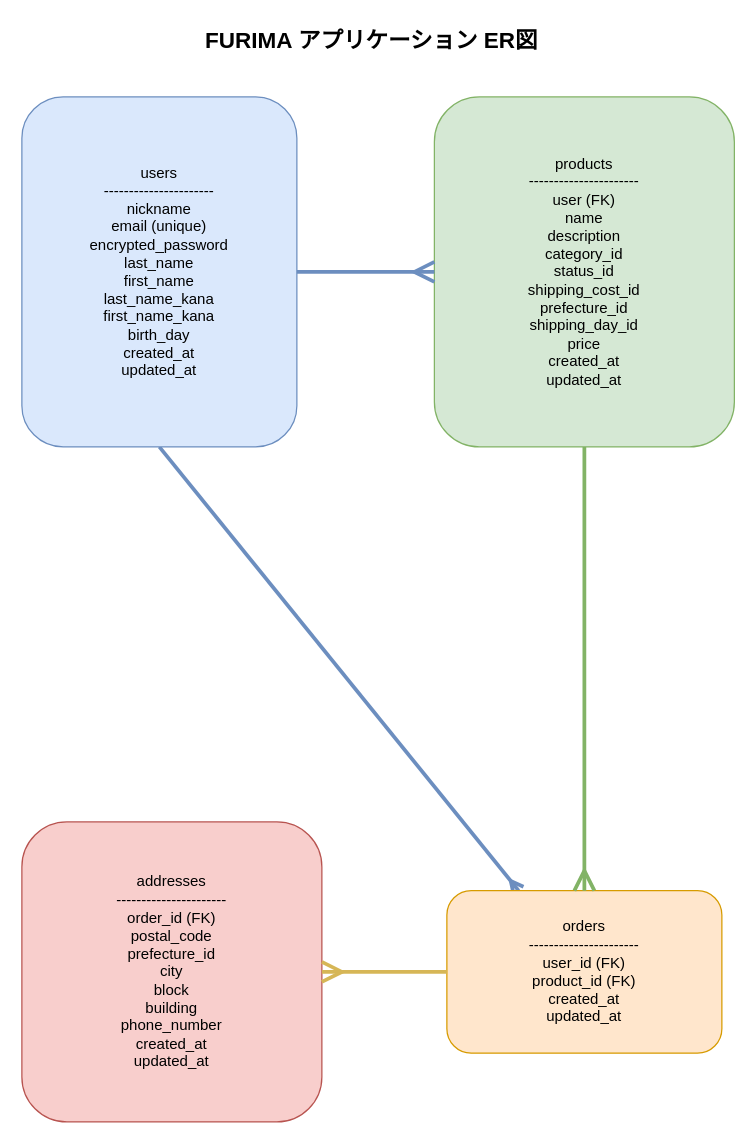
The draw.io diagram furima-46335.drawio in sugita-daiki/furima-46335, before the edit. Source tidied: cells renumbered, new cells numbered last; positions are measured from the earlier drawing's top-left corner, leaving out a move shared by most shapes. Both pictures are drawn from the tidied source at 125%, with x=0, y=0 at pixel (21, 21).
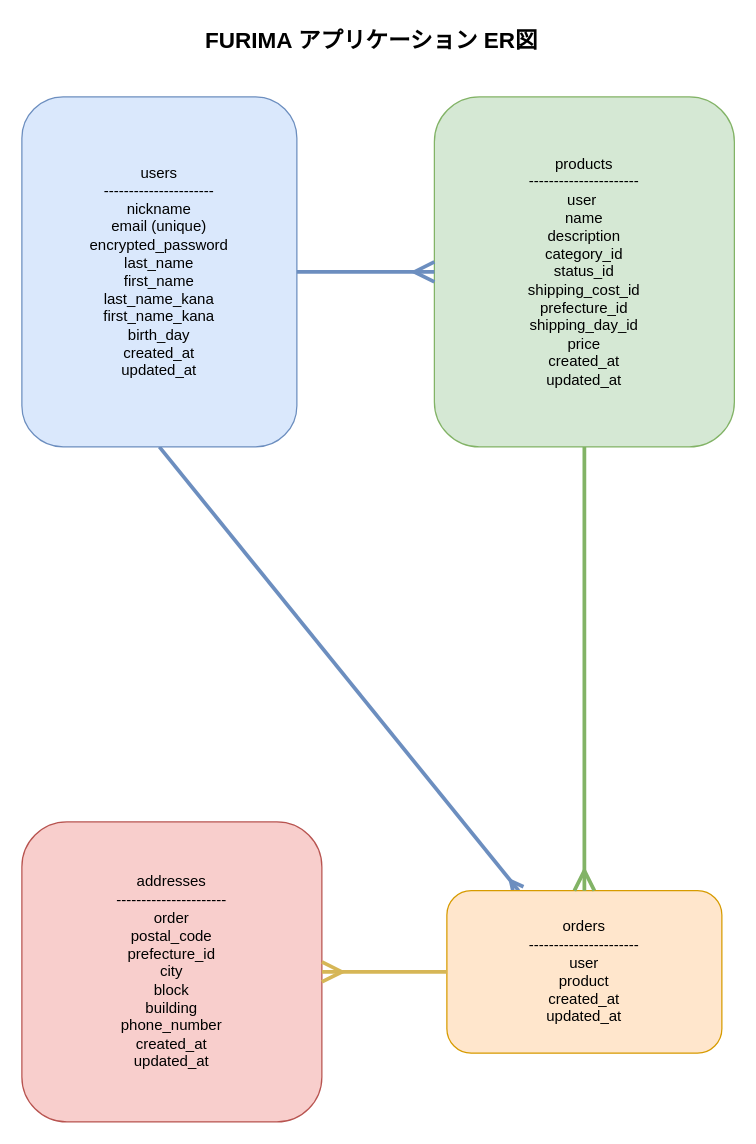
After the change.

Change to the diagram source:
```diff
@@
 <mxGraphModel>
   <root>
     <mxCell id="0" />
     <mxCell id="1" parent="0" />
     <mxCell id="2" style="edgeStyle=none;html=1;exitX=0.5;exitY=1;exitDx=0;exitDy=0;strokeWidth=3;endArrow=ERmany;endFill=0;fillColor=#dae8fc;strokeColor=#6c8ebf;" parent="1" edge="1" source="3" target="5">
       <mxGeometry relative="1" as="geometry" />
     </mxCell>
     <mxCell id="3" value="users&#10;----------------------&#10;nickname&#10;email (unique)&#10;encrypted_password&#10;last_name&#10;first_name&#10;last_name_kana&#10;first_name_kana&#10;birth_day&#10;created_at&#10;updated_at" style="shape=rectangle;whiteSpace=wrap;rounded=1;fillColor=#dae8fc;strokeColor=#6c8ebf;fontSize=12;" parent="1" vertex="1">
       <mxGeometry y="60" width="220" height="280" as="geometry" />
     </mxCell>
-    <mxCell id="4" value="products&#10;----------------------&#10;user (FK)&#10;name&#10;description&#10;category_id&#10;status_id&#10;shipping_cost_id&#10;prefecture_id&#10;shipping_day_id&#10;price&#10;created_at&#10;updated_at" style="shape=rectangle;whiteSpace=wrap;rounded=1;fillColor=#d5e8d4;strokeColor=#82b366;fontSize=12;" parent="1" vertex="1">
+    <mxCell id="4" value="products&#10;----------------------&#10;user &#10;name&#10;description&#10;category_id&#10;status_id&#10;shipping_cost_id&#10;prefecture_id&#10;shipping_day_id&#10;price&#10;created_at&#10;updated_at" style="shape=rectangle;whiteSpace=wrap;rounded=1;fillColor=#d5e8d4;strokeColor=#82b366;fontSize=12;" parent="1" vertex="1">
       <mxGeometry x="330" y="60" width="240" height="280" as="geometry" />
     </mxCell>
-    <mxCell id="5" value="orders&#10;----------------------&#10;user_id (FK)&#10;product_id (FK)&#10;created_at&#10;updated_at" style="shape=rectangle;whiteSpace=wrap;rounded=1;fontSize=12;glass=0;fillColor=#ffe6cc;strokeColor=#d79b00;" parent="1" vertex="1">
+    <mxCell id="5" value="orders&#10;----------------------&#10;user&#10;product&#10;created_at&#10;updated_at" style="shape=rectangle;whiteSpace=wrap;rounded=1;fontSize=12;glass=0;fillColor=#ffe6cc;strokeColor=#d79b00;" parent="1" vertex="1">
       <mxGeometry x="340" y="695" width="220" height="130" as="geometry" />
     </mxCell>
-    <mxCell id="6" value="addresses&#10;----------------------&#10;order_id (FK)&#10;postal_code&#10;prefecture_id&#10;city&#10;block&#10;building&#10;phone_number&#10;created_at&#10;updated_at" style="shape=rectangle;whiteSpace=wrap;rounded=1;fillColor=#f8cecc;strokeColor=#b85450;fontSize=12;" parent="1" vertex="1">
+    <mxCell id="6" value="addresses&#10;----------------------&#10;order&#10;postal_code&#10;prefecture_id&#10;city&#10;block&#10;building&#10;phone_number&#10;created_at&#10;updated_at" style="shape=rectangle;whiteSpace=wrap;rounded=1;fillColor=#f8cecc;strokeColor=#b85450;fontSize=12;" parent="1" vertex="1">
       <mxGeometry y="640" width="240" height="240" as="geometry" />
     </mxCell>
     <mxCell id="7" style="endArrow=ERmany;endFill=0;strokeWidth=3;strokeColor=#6c8ebf;endSize=12;" parent="1" edge="1" source="3" target="4">
       <mxGeometry relative="1" as="geometry">
         <Array as="points">
           <mxPoint x="290" y="200" />
         </Array>
       </mxGeometry>
     </mxCell>
     <mxCell id="8" style="endArrow=ERmany;endFill=0;strokeWidth=3;strokeColor=#82b366;endSize=12;startArrow=none;startFill=0;" parent="1" edge="1" target="5">
       <mxGeometry relative="1" as="geometry">
         <mxPoint x="450" y="340" as="sourcePoint" />
         <Array as="points">
           <mxPoint x="450" y="640" />
         </Array>
       </mxGeometry>
     </mxCell>
     <mxCell id="9" style="endArrow=ERmany;endFill=0;strokeWidth=3;strokeColor=#d6b656;endSize=12;" parent="1" edge="1" source="5" target="6">
       <mxGeometry relative="1" as="geometry" />
     </mxCell>
     <mxCell id="10" value="FURIMA アプリケーション ER図" style="text;html=1;strokeColor=none;fillColor=none;align=center;verticalAlign=middle;whiteSpace=wrap;rounded=0;fontSize=18;fontStyle=1;" parent="1" vertex="1">
       <mxGeometry x="130" width="300" height="30" as="geometry" />
     </mxCell>
   </root>
 </mxGraphModel>
```
